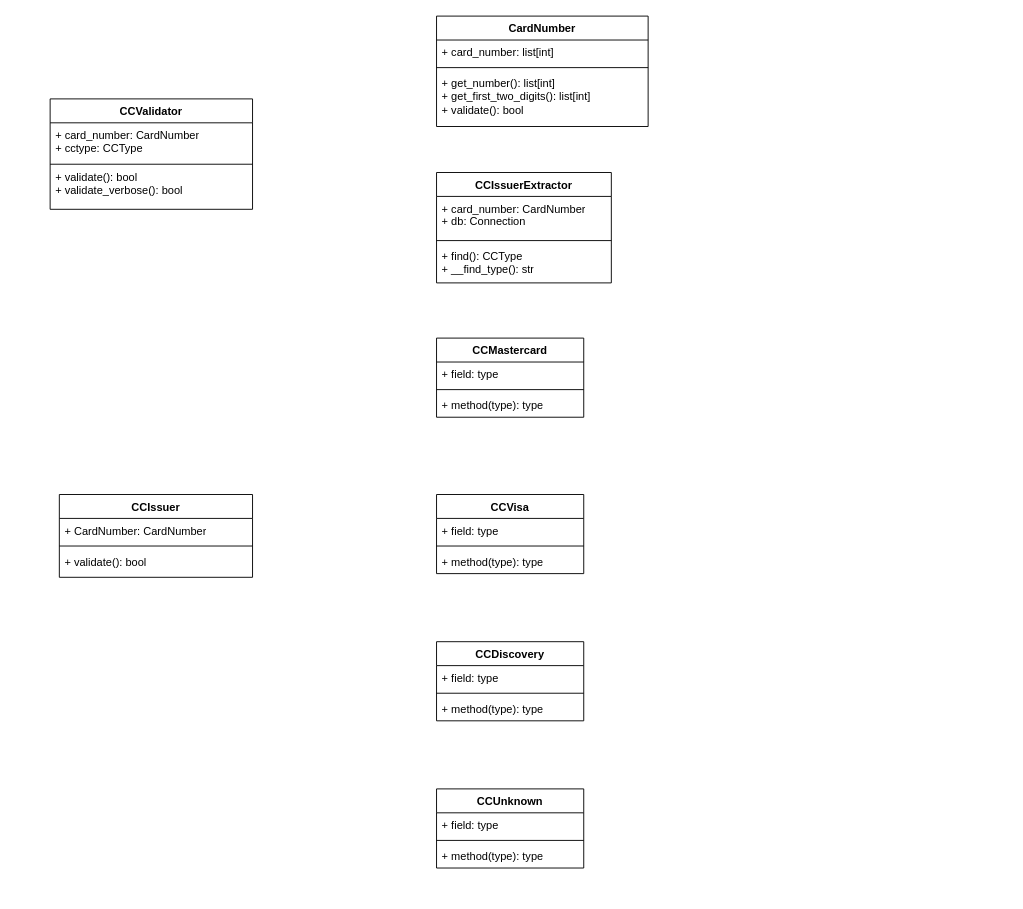
SorenEdwards/py-credit-card-validity keeps this draw.io diagram as Class_Diagrams.drawio. Above is the earlier version. Source tidied: cells renumbered, new cells numbered last; positions are measured from the earlier drawing's top-left corner, leaving out a move shared by most shapes. Both pictures are drawn from the tidied source at 92%, with x=0, y=0 at pixel (50, 16).
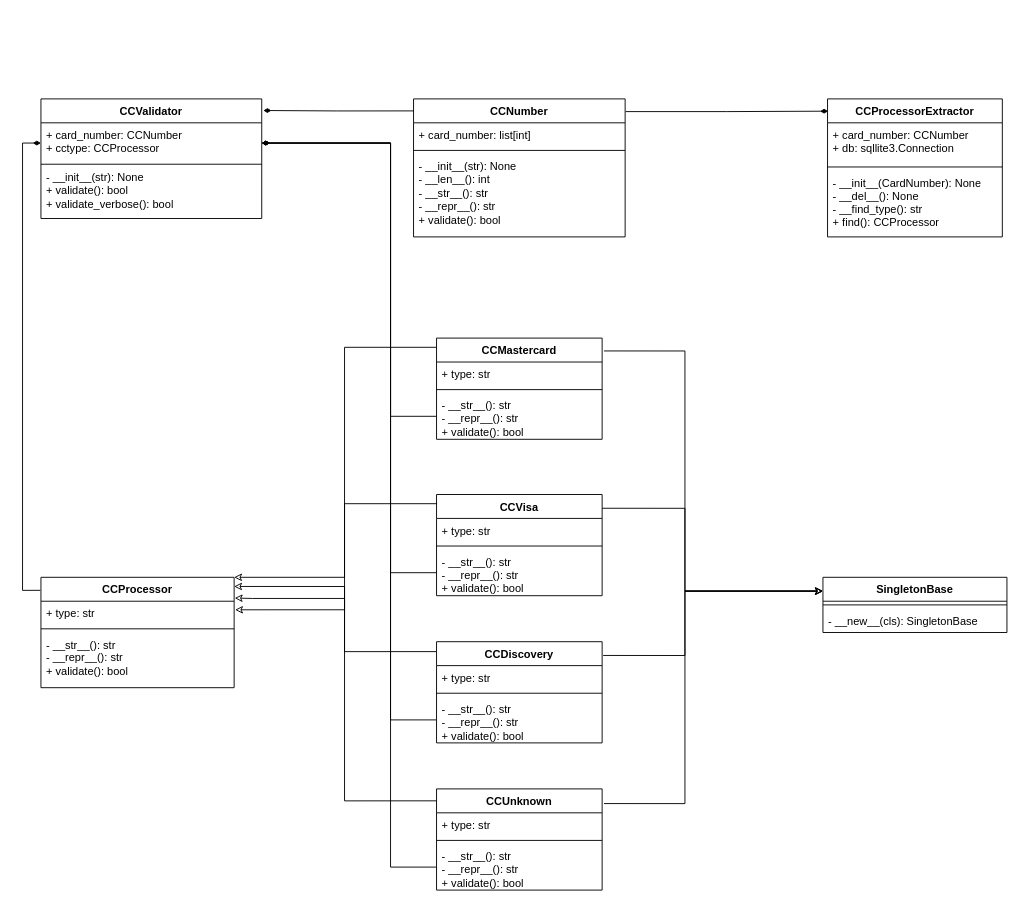
The same diagram, later.

What changed in the source:
```diff
@@
     <mxCell id="2" value="CCValidator" style="swimlane;fontStyle=1;align=center;verticalAlign=top;horizontal=1;startSize=26;whiteSpace=wrap;html=1;" parent="1" vertex="1">
-      <mxGeometry y="90" width="220" height="120" as="geometry" />
+      <mxGeometry x="-10" y="90" width="240" height="130" as="geometry" />
     </mxCell>
-    <mxCell id="3" value="+ card_number: CardNumber&lt;br&gt;+ cctype: CCType" style="text;strokeColor=none;fillColor=none;align=left;verticalAlign=top;spacingLeft=4;spacingRight=4;overflow=hidden;points=[[0,0.5],[1,0.5]];portConstraint=eastwest;whiteSpace=wrap;html=1;" parent="2" vertex="1">
-      <mxGeometry y="26" width="220" height="44" as="geometry" />
+    <mxCell id="3" value="+ card_number: CCNumber&lt;br&gt;+ cctype: CCProcessor" style="text;strokeColor=none;fillColor=none;align=left;verticalAlign=top;spacingLeft=4;spacingRight=4;overflow=hidden;points=[[0,0.5],[1,0.5]];portConstraint=eastwest;whiteSpace=wrap;html=1;" parent="2" vertex="1">
+      <mxGeometry y="26" width="240" height="44" as="geometry" />
     </mxCell>
     <mxCell id="4" style="line;strokeWidth=1;fillColor=none;align=left;verticalAlign=middle;spacingTop=-1;spacingLeft=3;spacingRight=3;labelPosition=right;strokeColor=inherit;" parent="2" vertex="1">
-      <mxGeometry y="70" width="220" height="2" as="geometry" />
+      <mxGeometry y="70" width="240" height="2" as="geometry" />
     </mxCell>
-    <mxCell id="5" value="+ validate(): bool&lt;br&gt;+ validate_verbose(): bool" style="text;strokeColor=none;fillColor=none;align=left;verticalAlign=top;spacingLeft=4;spacingRight=4;overflow=hidden;whiteSpace=wrap;html=1;" parent="2" vertex="1">
-      <mxGeometry y="72" width="220" height="48" as="geometry" />
+    <mxCell id="5" value="- __init__(str): None&lt;br&gt;+ validate(): bool&lt;br&gt;+ validate_verbose(): bool" style="text;strokeColor=none;fillColor=none;align=left;verticalAlign=top;spacingLeft=4;spacingRight=4;overflow=hidden;whiteSpace=wrap;html=1;" parent="2" vertex="1">
+      <mxGeometry y="72" width="240" height="58" as="geometry" />
     </mxCell>
+    <mxCell id="34" style="edgeStyle=orthogonalEdgeStyle;rounded=0;jettySize=auto;html=1;entryX=0.004;entryY=0.089;entryDx=0;entryDy=0;entryPerimeter=0;exitX=1.002;exitY=0.092;exitDx=0;exitDy=0;exitPerimeter=0;endArrow=diamondThin;endFill=1;" parent="1" edge="1" source="6" target="10">
+      <mxGeometry relative="1" as="geometry" />
+    </mxCell>
-    <mxCell id="6" value="CardNumber" style="swimlane;fontStyle=1;align=center;verticalAlign=top;horizontal=1;startSize=26;whiteSpace=wrap;html=1;" parent="1" vertex="1">
-      <mxGeometry x="420" width="230" height="120" as="geometry" />
+    <mxCell id="6" value="CCNumber" style="swimlane;fontStyle=1;align=center;verticalAlign=top;horizontal=1;startSize=26;whiteSpace=wrap;html=1;" parent="1" vertex="1">
+      <mxGeometry x="395" y="90" width="230" height="150" as="geometry" />
     </mxCell>
@@
-    <mxCell id="9" value="+ get_number(): list[int]&lt;br&gt;+ get_first_two_digits(): list[int]&lt;br&gt;+ validate(): bool" style="text;strokeColor=none;fillColor=none;align=left;verticalAlign=top;spacingLeft=4;spacingRight=4;overflow=hidden;whiteSpace=wrap;html=1;" parent="6" vertex="1">
-      <mxGeometry y="60" width="230" height="60" as="geometry" />
+    <mxCell id="9" value="- __init__(str): None&lt;br&gt;- __len__(): int&lt;br&gt;- __str__(): str&lt;br&gt;- __repr__(): str&lt;br&gt;+ validate(): bool" style="text;strokeColor=none;fillColor=none;align=left;verticalAlign=top;spacingLeft=4;spacingRight=4;overflow=hidden;whiteSpace=wrap;html=1;" parent="6" vertex="1">
+      <mxGeometry y="60" width="230" height="90" as="geometry" />
     </mxCell>
-    <mxCell id="10" value="CCIssuerExtractor" style="swimlane;fontStyle=1;align=center;verticalAlign=top;horizontal=1;startSize=26;whiteSpace=wrap;html=1;" parent="1" vertex="1">
-      <mxGeometry x="420" y="170" width="190" height="120" as="geometry" />
+    <mxCell id="10" value="CCProcessorExtractor" style="swimlane;fontStyle=1;align=center;verticalAlign=top;horizontal=1;startSize=26;whiteSpace=wrap;html=1;" parent="1" vertex="1">
+      <mxGeometry x="845" y="90" width="190" height="150" as="geometry" />
     </mxCell>
-    <mxCell id="11" value="+ card_number: CardNumber&lt;br&gt;+ db: Connection" style="text;strokeColor=none;fillColor=none;align=left;verticalAlign=top;spacingLeft=4;spacingRight=4;overflow=hidden;whiteSpace=wrap;html=1;" parent="10" vertex="1">
+    <mxCell id="11" value="+ card_number: CCNumber&lt;br&gt;+ db: sqllite3.Connection" style="text;strokeColor=none;fillColor=none;align=left;verticalAlign=top;spacingLeft=4;spacingRight=4;overflow=hidden;whiteSpace=wrap;html=1;" parent="10" vertex="1">
       <mxGeometry y="26" width="190" height="44" as="geometry" />
     </mxCell>
@@
-    <mxCell id="13" value="+ find(): CCType&lt;br&gt;+ __find_type(): str" style="text;strokeColor=none;fillColor=none;align=left;verticalAlign=top;spacingLeft=4;spacingRight=4;overflow=hidden;whiteSpace=wrap;html=1;" parent="10" vertex="1">
-      <mxGeometry y="78" width="190" height="42" as="geometry" />
+    <mxCell id="13" value="- __init__(CardNumber): None&lt;br&gt;- __del__(): None&lt;br&gt;- __find_type(): str&lt;br&gt;+ find(): CCProcessor" style="text;strokeColor=none;fillColor=none;align=left;verticalAlign=top;spacingLeft=4;spacingRight=4;overflow=hidden;whiteSpace=wrap;html=1;" parent="10" vertex="1">
+      <mxGeometry y="78" width="190" height="72" as="geometry" />
     </mxCell>
-    <mxCell id="14" value="CCIssuer" style="swimlane;fontStyle=1;align=center;verticalAlign=top;horizontal=1;startSize=26;whiteSpace=wrap;html=1;" parent="1" vertex="1">
-      <mxGeometry x="10" y="520" width="210" height="90" as="geometry" />
+    <mxCell id="14" value="CCProcessor" style="swimlane;fontStyle=1;align=center;verticalAlign=top;horizontal=1;startSize=26;whiteSpace=wrap;html=1;" parent="1" vertex="1">
+      <mxGeometry x="-10" y="610" width="210" height="120" as="geometry" />
     </mxCell>
-    <mxCell id="15" value="+ CardNumber: CardNumber" style="text;strokeColor=none;fillColor=none;align=left;verticalAlign=top;spacingLeft=4;spacingRight=4;overflow=hidden;points=[[0,0.5],[1,0.5]];portConstraint=eastwest;whiteSpace=wrap;html=1;" parent="14" vertex="1">
+    <mxCell id="15" value="+ type: str" style="text;strokeColor=none;fillColor=none;align=left;verticalAlign=top;spacingLeft=4;spacingRight=4;overflow=hidden;points=[[0,0.5],[1,0.5]];portConstraint=eastwest;whiteSpace=wrap;html=1;" parent="14" vertex="1">
       <mxGeometry y="26" width="210" height="26" as="geometry" />
     </mxCell>
@@
-    <mxCell id="17" value="+ validate(): bool" style="text;strokeColor=none;fillColor=none;align=left;verticalAlign=top;spacingLeft=4;spacingRight=4;overflow=hidden;whiteSpace=wrap;html=1;" parent="14" vertex="1">
-      <mxGeometry y="60" width="210" height="30" as="geometry" />
+    <mxCell id="17" value="- __str__(): str&lt;br&gt;- __repr__(): str&lt;br&gt;+ validate(): bool" style="text;strokeColor=none;fillColor=none;align=left;verticalAlign=top;spacingLeft=4;spacingRight=4;overflow=hidden;whiteSpace=wrap;html=1;" parent="14" vertex="1">
+      <mxGeometry y="60" width="210" height="60" as="geometry" />
     </mxCell>
     <mxCell id="18" value="CCMastercard" style="swimlane;fontStyle=1;align=center;verticalAlign=top;horizontal=1;startSize=26;whiteSpace=wrap;html=1;" parent="1" vertex="1">
-      <mxGeometry x="420" y="350" width="160" height="86" as="geometry" />
+      <mxGeometry x="420" y="350" width="180" height="110" as="geometry" />
     </mxCell>
-    <mxCell id="19" value="+ field: type" style="text;strokeColor=none;fillColor=none;align=left;verticalAlign=top;spacingLeft=4;spacingRight=4;overflow=hidden;whiteSpace=wrap;html=1;" parent="18" vertex="1">
-      <mxGeometry y="26" width="160" height="26" as="geometry" />
+    <mxCell id="19" value="+ type: str" style="text;strokeColor=none;fillColor=none;align=left;verticalAlign=top;spacingLeft=4;spacingRight=4;overflow=hidden;whiteSpace=wrap;html=1;" parent="18" vertex="1">
+      <mxGeometry y="26" width="180" height="26" as="geometry" />
     </mxCell>
     <mxCell id="20" style="line;strokeWidth=1;fillColor=none;align=left;verticalAlign=middle;spacingTop=-1;spacingLeft=3;spacingRight=3;labelPosition=right;strokeColor=inherit;" parent="18" vertex="1">
-      <mxGeometry y="52" width="160" height="8" as="geometry" />
+      <mxGeometry y="52" width="180" height="8" as="geometry" />
     </mxCell>
-    <mxCell id="21" value="+ method(type): type" style="text;strokeColor=none;fillColor=none;align=left;verticalAlign=top;spacingLeft=4;spacingRight=4;overflow=hidden;points=[[0,0.5],[1,0.5]];portConstraint=eastwest;whiteSpace=wrap;html=1;" parent="18" vertex="1">
-      <mxGeometry y="60" width="160" height="26" as="geometry" />
+    <mxCell id="21" value="- __str__(): str&lt;br style=&quot;border-color: var(--border-color);&quot;&gt;- __repr__(): str&lt;br style=&quot;border-color: var(--border-color);&quot;&gt;+ validate(): bool" style="text;strokeColor=none;fillColor=none;align=left;verticalAlign=top;spacingLeft=4;spacingRight=4;overflow=hidden;points=[[0,0.5],[1,0.5]];portConstraint=eastwest;whiteSpace=wrap;html=1;" parent="18" vertex="1">
+      <mxGeometry y="60" width="180" height="50" as="geometry" />
     </mxCell>
     <mxCell id="22" value="CCVisa" style="swimlane;fontStyle=1;align=center;verticalAlign=top;horizontal=1;startSize=26;whiteSpace=wrap;html=1;" parent="1" vertex="1">
-      <mxGeometry x="420" y="520" width="160" height="86" as="geometry" />
+      <mxGeometry x="420" y="520" width="180" height="110" as="geometry" />
     </mxCell>
-    <mxCell id="23" value="+ field: type" style="text;strokeColor=none;fillColor=none;align=left;verticalAlign=top;spacingLeft=4;spacingRight=4;overflow=hidden;whiteSpace=wrap;html=1;" parent="22" vertex="1">
-      <mxGeometry y="26" width="160" height="26" as="geometry" />
+    <mxCell id="23" value="+ type: str" style="text;strokeColor=none;fillColor=none;align=left;verticalAlign=top;spacingLeft=4;spacingRight=4;overflow=hidden;whiteSpace=wrap;html=1;" parent="22" vertex="1">
+      <mxGeometry y="26" width="180" height="26" as="geometry" />
     </mxCell>
     <mxCell id="24" style="line;strokeWidth=1;fillColor=none;align=left;verticalAlign=middle;spacingTop=-1;spacingLeft=3;spacingRight=3;labelPosition=right;strokeColor=inherit;" parent="22" vertex="1">
-      <mxGeometry y="52" width="160" height="8" as="geometry" />
+      <mxGeometry y="52" width="180" height="8" as="geometry" />
     </mxCell>
-    <mxCell id="25" value="+ method(type): type" style="text;strokeColor=none;fillColor=none;align=left;verticalAlign=top;spacingLeft=4;spacingRight=4;overflow=hidden;points=[[0,0.5],[1,0.5]];portConstraint=eastwest;whiteSpace=wrap;html=1;" parent="22" vertex="1">
-      <mxGeometry y="60" width="160" height="26" as="geometry" />
+    <mxCell id="25" value="- __str__(): str&lt;br style=&quot;border-color: var(--border-color);&quot;&gt;- __repr__(): str&lt;br style=&quot;border-color: var(--border-color);&quot;&gt;+ validate(): bool" style="text;strokeColor=none;fillColor=none;align=left;verticalAlign=top;spacingLeft=4;spacingRight=4;overflow=hidden;points=[[0,0.5],[1,0.5]];portConstraint=eastwest;whiteSpace=wrap;html=1;" parent="22" vertex="1">
+      <mxGeometry y="60" width="180" height="50" as="geometry" />
     </mxCell>
     <mxCell id="26" value="CCDiscovery" style="swimlane;fontStyle=1;align=center;verticalAlign=top;horizontal=1;startSize=26;whiteSpace=wrap;html=1;" parent="1" vertex="1">
-      <mxGeometry x="420" y="680" width="160" height="86" as="geometry" />
+      <mxGeometry x="420" y="680" width="180" height="110" as="geometry" />
     </mxCell>
-    <mxCell id="27" value="+ field: type" style="text;strokeColor=none;fillColor=none;align=left;verticalAlign=top;spacingLeft=4;spacingRight=4;overflow=hidden;whiteSpace=wrap;html=1;" parent="26" vertex="1">
-      <mxGeometry y="26" width="160" height="26" as="geometry" />
+    <mxCell id="27" value="+ type: str" style="text;strokeColor=none;fillColor=none;align=left;verticalAlign=top;spacingLeft=4;spacingRight=4;overflow=hidden;whiteSpace=wrap;html=1;" parent="26" vertex="1">
+      <mxGeometry y="26" width="180" height="26" as="geometry" />
     </mxCell>
     <mxCell id="28" style="line;strokeWidth=1;fillColor=none;align=left;verticalAlign=middle;spacingTop=-1;spacingLeft=3;spacingRight=3;labelPosition=right;strokeColor=inherit;" parent="26" vertex="1">
-      <mxGeometry y="52" width="160" height="8" as="geometry" />
+      <mxGeometry y="52" width="180" height="8" as="geometry" />
     </mxCell>
-    <mxCell id="29" value="+ method(type): type" style="text;strokeColor=none;fillColor=none;align=left;verticalAlign=top;spacingLeft=4;spacingRight=4;overflow=hidden;points=[[0,0.5],[1,0.5]];portConstraint=eastwest;whiteSpace=wrap;html=1;" parent="26" vertex="1">
-      <mxGeometry y="60" width="160" height="26" as="geometry" />
+    <mxCell id="29" value="- __str__(): str&lt;br style=&quot;border-color: var(--border-color);&quot;&gt;- __repr__(): str&lt;br style=&quot;border-color: var(--border-color);&quot;&gt;+ validate(): bool" style="text;strokeColor=none;fillColor=none;align=left;verticalAlign=top;spacingLeft=4;spacingRight=4;overflow=hidden;points=[[0,0.5],[1,0.5]];portConstraint=eastwest;whiteSpace=wrap;html=1;" parent="26" vertex="1">
+      <mxGeometry y="60" width="180" height="50" as="geometry" />
     </mxCell>
     <mxCell id="30" value="CCUnknown" style="swimlane;fontStyle=1;align=center;verticalAlign=top;horizontal=1;startSize=26;whiteSpace=wrap;html=1;" parent="1" vertex="1">
-      <mxGeometry x="420" y="840" width="160" height="86" as="geometry" />
+      <mxGeometry x="420" y="840" width="180" height="110" as="geometry" />
     </mxCell>
-    <mxCell id="31" value="+ field: type" style="text;strokeColor=none;fillColor=none;align=left;verticalAlign=top;spacingLeft=4;spacingRight=4;overflow=hidden;whiteSpace=wrap;html=1;" parent="30" vertex="1">
-      <mxGeometry y="26" width="160" height="26" as="geometry" />
+    <mxCell id="31" value="+ type: str" style="text;strokeColor=none;fillColor=none;align=left;verticalAlign=top;spacingLeft=4;spacingRight=4;overflow=hidden;whiteSpace=wrap;html=1;" parent="30" vertex="1">
+      <mxGeometry y="26" width="180" height="26" as="geometry" />
     </mxCell>
     <mxCell id="32" style="line;strokeWidth=1;fillColor=none;align=left;verticalAlign=middle;spacingTop=-1;spacingLeft=3;spacingRight=3;labelPosition=right;strokeColor=inherit;" parent="30" vertex="1">
-      <mxGeometry y="52" width="160" height="8" as="geometry" />
+      <mxGeometry y="52" width="180" height="8" as="geometry" />
     </mxCell>
-    <mxCell id="33" value="+ method(type): type" style="text;strokeColor=none;fillColor=none;align=left;verticalAlign=top;spacingLeft=4;spacingRight=4;overflow=hidden;points=[[0,0.5],[1,0.5]];portConstraint=eastwest;whiteSpace=wrap;html=1;" parent="30" vertex="1">
-      <mxGeometry y="60" width="160" height="26" as="geometry" />
+    <mxCell id="33" value="- __str__(): str&lt;br style=&quot;border-color: var(--border-color);&quot;&gt;- __repr__(): str&lt;br style=&quot;border-color: var(--border-color);&quot;&gt;+ validate(): bool" style="text;strokeColor=none;fillColor=none;align=left;verticalAlign=top;spacingLeft=4;spacingRight=4;overflow=hidden;points=[[0,0.5],[1,0.5]];portConstraint=eastwest;whiteSpace=wrap;html=1;" parent="30" vertex="1">
+      <mxGeometry y="60" width="180" height="50" as="geometry" />
     </mxCell>
+    <mxCell id="35" style="edgeStyle=orthogonalEdgeStyle;rounded=0;jettySize=auto;html=1;entryX=1.011;entryY=0.127;entryDx=0;entryDy=0;entryPerimeter=0;exitX=0;exitY=0.25;exitDx=0;exitDy=0;startArrow=classic;startFill=0;endArrow=none;endFill=0;" parent="1" edge="1" source="37" target="18">
+      <mxGeometry relative="1" as="geometry">
+        <Array as="points">
+          <mxPoint x="690" y="625" />
+          <mxPoint x="690" y="364" />
+        </Array>
+      </mxGeometry>
+    </mxCell>
+    <mxCell id="36" style="edgeStyle=orthogonalEdgeStyle;rounded=0;jettySize=auto;html=1;entryX=1;entryY=0.136;entryDx=0;entryDy=0;exitX=0;exitY=0.25;exitDx=0;exitDy=0;entryPerimeter=0;startArrow=classic;startFill=0;endArrow=none;endFill=0;" parent="1" edge="1" source="37" target="22">
+      <mxGeometry relative="1" as="geometry">
+        <Array as="points">
+          <mxPoint x="690" y="625" />
+          <mxPoint x="690" y="535" />
+        </Array>
+      </mxGeometry>
+    </mxCell>
+    <mxCell id="37" value="SingletonBase" style="swimlane;fontStyle=1;align=center;verticalAlign=top;horizontal=1;startSize=26;whiteSpace=wrap;html=1;" parent="1" vertex="1">
+      <mxGeometry x="840" y="610" width="200" height="60" as="geometry" />
+    </mxCell>
+    <mxCell id="38" style="line;strokeWidth=1;fillColor=none;align=left;verticalAlign=middle;spacingTop=-1;spacingLeft=3;spacingRight=3;labelPosition=right;strokeColor=inherit;" parent="37" vertex="1">
+      <mxGeometry y="26" width="200" height="8" as="geometry" />
+    </mxCell>
+    <mxCell id="39" value="- __new__(cls): SingletonBase" style="text;strokeColor=none;fillColor=none;align=left;verticalAlign=top;spacingLeft=4;spacingRight=4;overflow=hidden;whiteSpace=wrap;html=1;" parent="37" vertex="1">
+      <mxGeometry y="34" width="200" height="26" as="geometry" />
+    </mxCell>
+    <mxCell id="40" style="edgeStyle=orthogonalEdgeStyle;rounded=0;jettySize=auto;html=1;entryX=1;entryY=0;entryDx=0;entryDy=0;endArrow=classic;endFill=0;" parent="1" edge="1" target="14">
+      <mxGeometry relative="1" as="geometry">
+        <mxPoint x="420" y="529" as="sourcePoint" />
+        <Array as="points">
+          <mxPoint x="420" y="529" />
+          <mxPoint x="420" y="530" />
+          <mxPoint x="320" y="530" />
+          <mxPoint x="320" y="610" />
+        </Array>
+      </mxGeometry>
+    </mxCell>
+    <mxCell id="41" style="edgeStyle=orthogonalEdgeStyle;rounded=0;jettySize=auto;html=1;entryX=1.005;entryY=0.359;entryDx=0;entryDy=0;entryPerimeter=0;exitX=-0.001;exitY=0.091;exitDx=0;exitDy=0;exitPerimeter=0;endArrow=classic;endFill=0;" parent="1" edge="1" source="18" target="15">
+      <mxGeometry relative="1" as="geometry">
+        <Array as="points">
+          <mxPoint x="320" y="360" />
+          <mxPoint x="320" y="645" />
+        </Array>
+      </mxGeometry>
+    </mxCell>
+    <mxCell id="42" style="edgeStyle=orthogonalEdgeStyle;rounded=0;jettySize=auto;html=1;entryX=1.003;entryY=0.188;entryDx=0;entryDy=0;entryPerimeter=0;exitX=-0.002;exitY=0.098;exitDx=0;exitDy=0;exitPerimeter=0;endArrow=classic;endFill=0;" parent="1" edge="1" source="26" target="14">
+      <mxGeometry relative="1" as="geometry">
+        <Array as="points">
+          <mxPoint x="320" y="691" />
+          <mxPoint x="320" y="633" />
+          <mxPoint x="220" y="633" />
+        </Array>
+      </mxGeometry>
+    </mxCell>
+    <mxCell id="43" style="edgeStyle=orthogonalEdgeStyle;rounded=0;jettySize=auto;html=1;exitX=0;exitY=0.118;exitDx=0;exitDy=0;exitPerimeter=0;entryX=1;entryY=0.083;entryDx=0;entryDy=0;entryPerimeter=0;endArrow=classic;endFill=0;" parent="1" edge="1" source="30" target="14">
+      <mxGeometry relative="1" as="geometry">
+        <Array as="points">
+          <mxPoint x="320" y="853" />
+          <mxPoint x="320" y="620" />
+        </Array>
+      </mxGeometry>
+    </mxCell>
+    <mxCell id="44" style="edgeStyle=orthogonalEdgeStyle;rounded=0;jettySize=auto;html=1;entryX=1.006;entryY=0.136;entryDx=0;entryDy=0;exitX=0;exitY=0.25;exitDx=0;exitDy=0;entryPerimeter=0;startArrow=classic;startFill=0;endArrow=none;endFill=0;" parent="1" edge="1" source="37" target="26">
+      <mxGeometry relative="1" as="geometry">
+        <Array as="points">
+          <mxPoint x="690" y="625" />
+          <mxPoint x="690" y="695" />
+        </Array>
+      </mxGeometry>
+    </mxCell>
+    <mxCell id="45" style="edgeStyle=orthogonalEdgeStyle;rounded=0;jettySize=auto;html=1;entryX=1.011;entryY=0.145;entryDx=0;entryDy=0;exitX=0;exitY=0.25;exitDx=0;exitDy=0;entryPerimeter=0;startArrow=classic;startFill=0;endArrow=none;endFill=0;" parent="1" edge="1" source="37" target="30">
+      <mxGeometry relative="1" as="geometry">
+        <Array as="points">
+          <mxPoint x="690" y="625" />
+          <mxPoint x="690" y="856" />
+        </Array>
+      </mxGeometry>
+    </mxCell>
+    <mxCell id="46" style="edgeStyle=orthogonalEdgeStyle;rounded=0;jettySize=auto;html=1;exitX=0.002;exitY=0.087;exitDx=0;exitDy=0;exitPerimeter=0;endArrow=diamondThin;endFill=1;strokeColor=#000000;entryX=1.007;entryY=0.097;entryDx=0;entryDy=0;entryPerimeter=0;" parent="1" edge="1" source="6" target="2">
+      <mxGeometry relative="1" as="geometry" />
+    </mxCell>
+    <mxCell id="47" style="edgeStyle=orthogonalEdgeStyle;rounded=0;jettySize=auto;html=1;exitX=0;exitY=0.5;exitDx=0;exitDy=0;entryX=-0.003;entryY=0.118;entryDx=0;entryDy=0;entryPerimeter=0;startArrow=diamondThin;startFill=1;endArrow=none;endFill=0;" parent="1" edge="1" source="3" target="14">
+      <mxGeometry relative="1" as="geometry" />
+    </mxCell>
+    <mxCell id="48" style="edgeStyle=orthogonalEdgeStyle;rounded=0;jettySize=auto;html=1;entryX=1;entryY=0.5;entryDx=0;entryDy=0;endArrow=diamondThin;endFill=1;" parent="1" edge="1" source="21" target="3">
+      <mxGeometry relative="1" as="geometry">
+        <Array as="points">
+          <mxPoint x="370" y="435" />
+          <mxPoint x="370" y="138" />
+        </Array>
+      </mxGeometry>
+    </mxCell>
+    <mxCell id="49" style="edgeStyle=orthogonalEdgeStyle;rounded=0;jettySize=auto;html=1;entryX=1;entryY=0.5;entryDx=0;entryDy=0;endArrow=diamondThin;endFill=1;" parent="1" edge="1" source="25" target="3">
+      <mxGeometry relative="1" as="geometry">
+        <Array as="points">
+          <mxPoint x="370" y="605" />
+          <mxPoint x="370" y="138" />
+        </Array>
+      </mxGeometry>
+    </mxCell>
+    <mxCell id="50" style="edgeStyle=orthogonalEdgeStyle;rounded=0;jettySize=auto;html=1;entryX=1;entryY=0.5;entryDx=0;entryDy=0;endArrow=diamondThin;endFill=1;" parent="1" edge="1" source="29" target="3">
+      <mxGeometry relative="1" as="geometry">
+        <Array as="points">
+          <mxPoint x="370" y="765" />
+          <mxPoint x="370" y="138" />
+        </Array>
+      </mxGeometry>
+    </mxCell>
+    <mxCell id="51" style="edgeStyle=orthogonalEdgeStyle;rounded=0;jettySize=auto;html=1;entryX=1;entryY=0.5;entryDx=0;entryDy=0;endArrow=diamondThin;endFill=1;" parent="1" edge="1" source="33" target="3">
+      <mxGeometry relative="1" as="geometry">
+        <Array as="points">
+          <mxPoint x="370" y="925" />
+          <mxPoint x="370" y="138" />
+        </Array>
+      </mxGeometry>
+    </mxCell>
```
